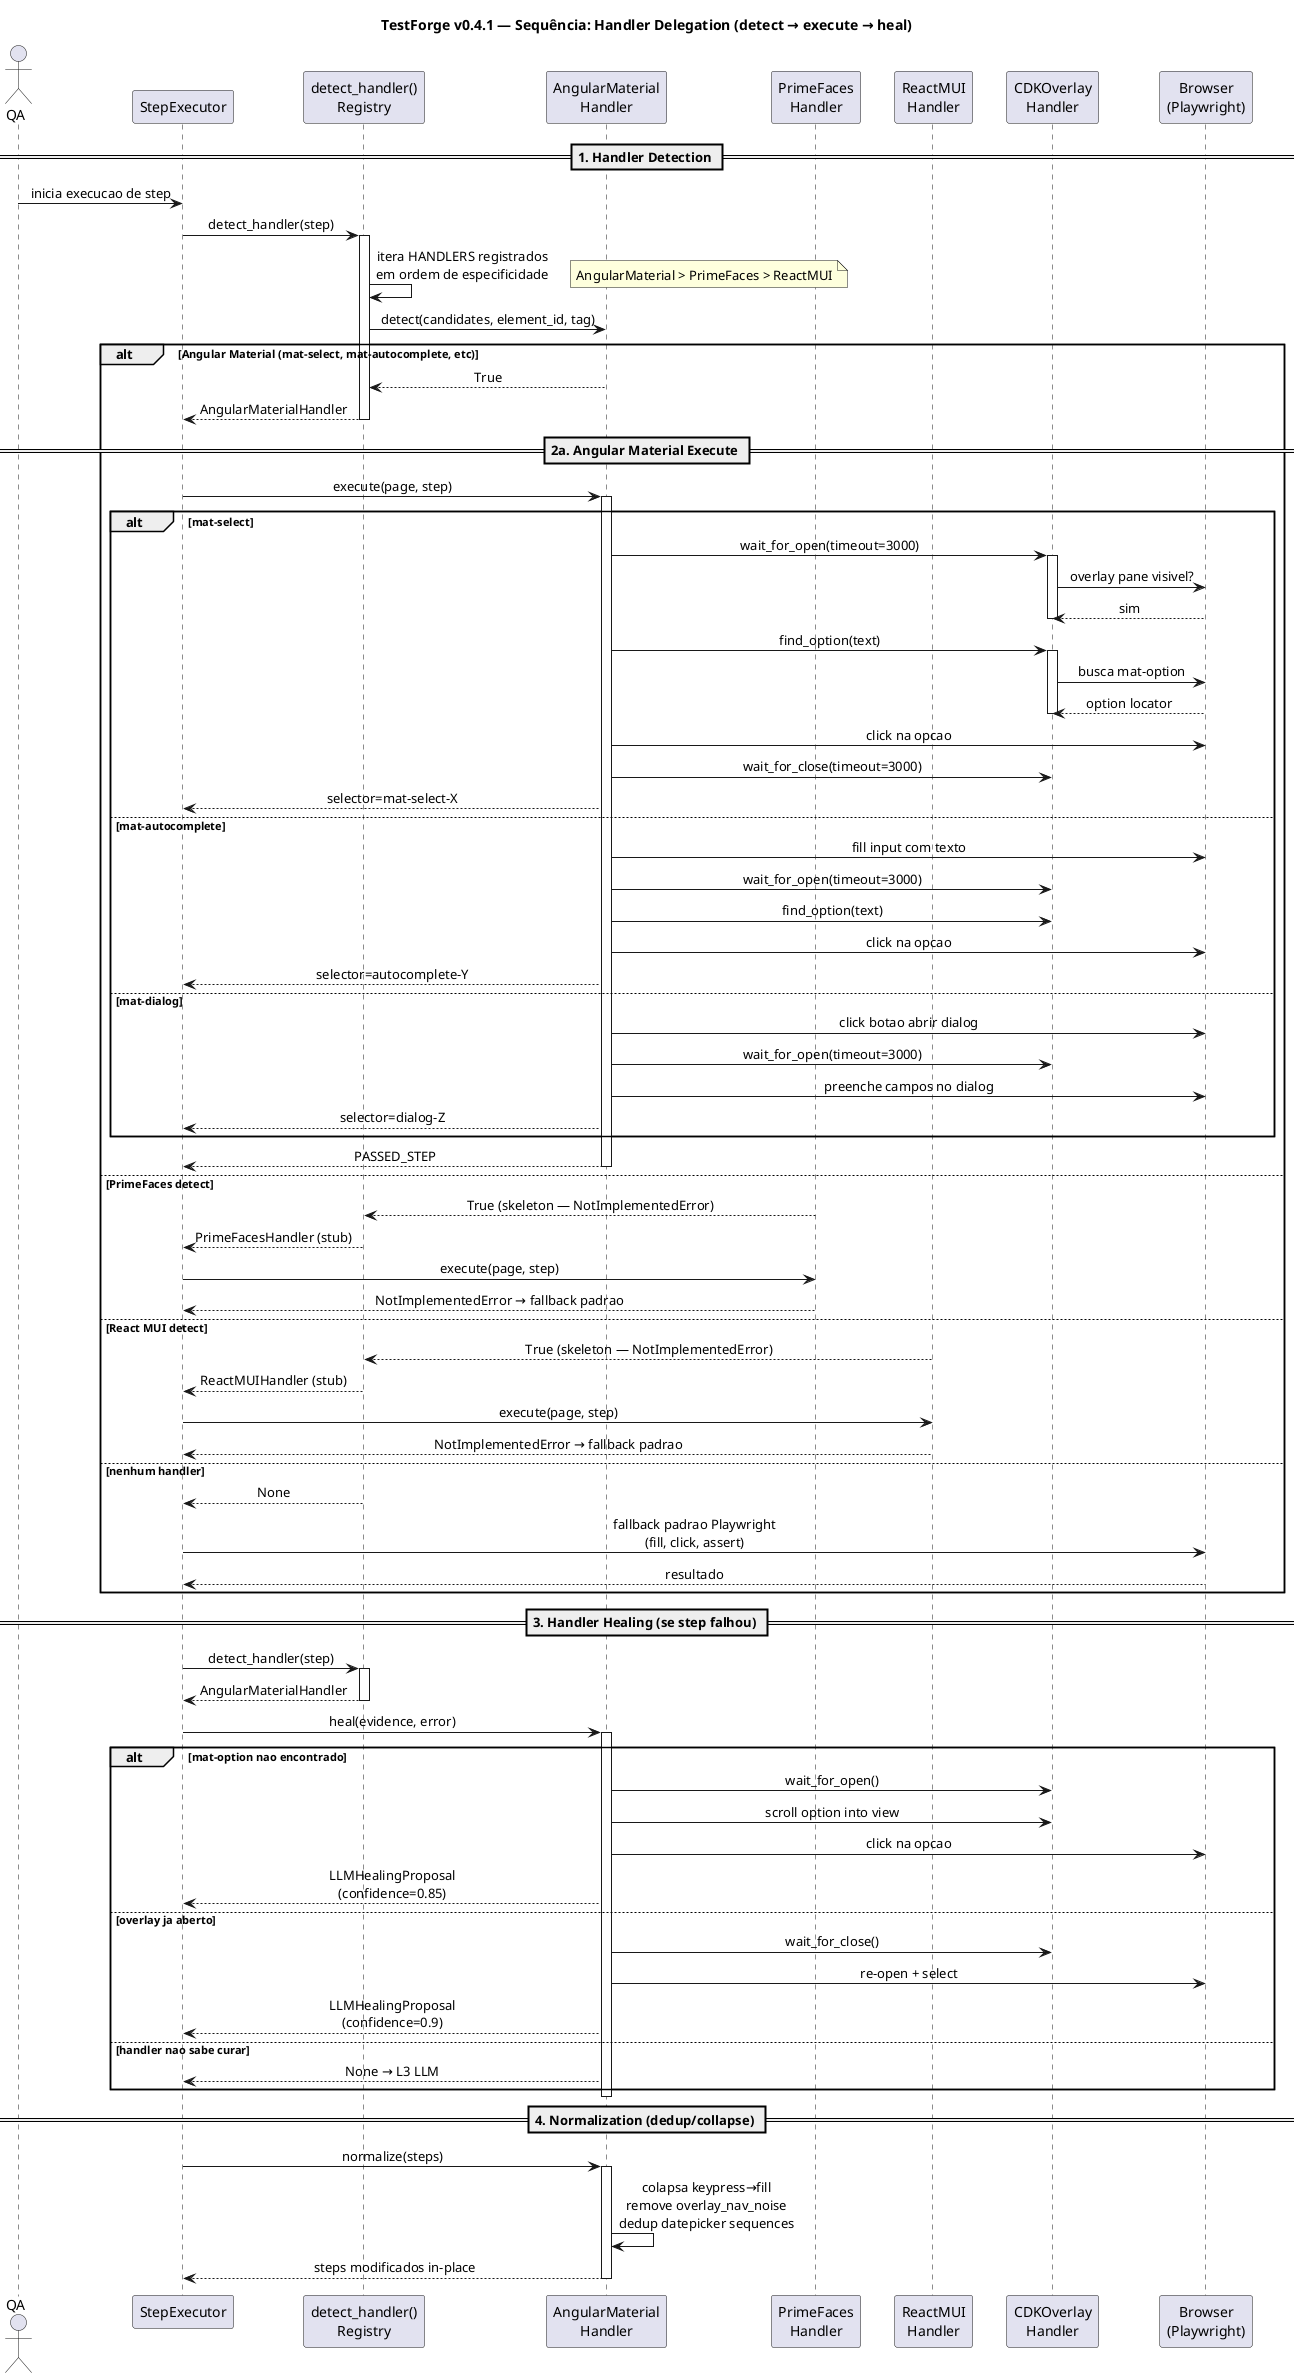
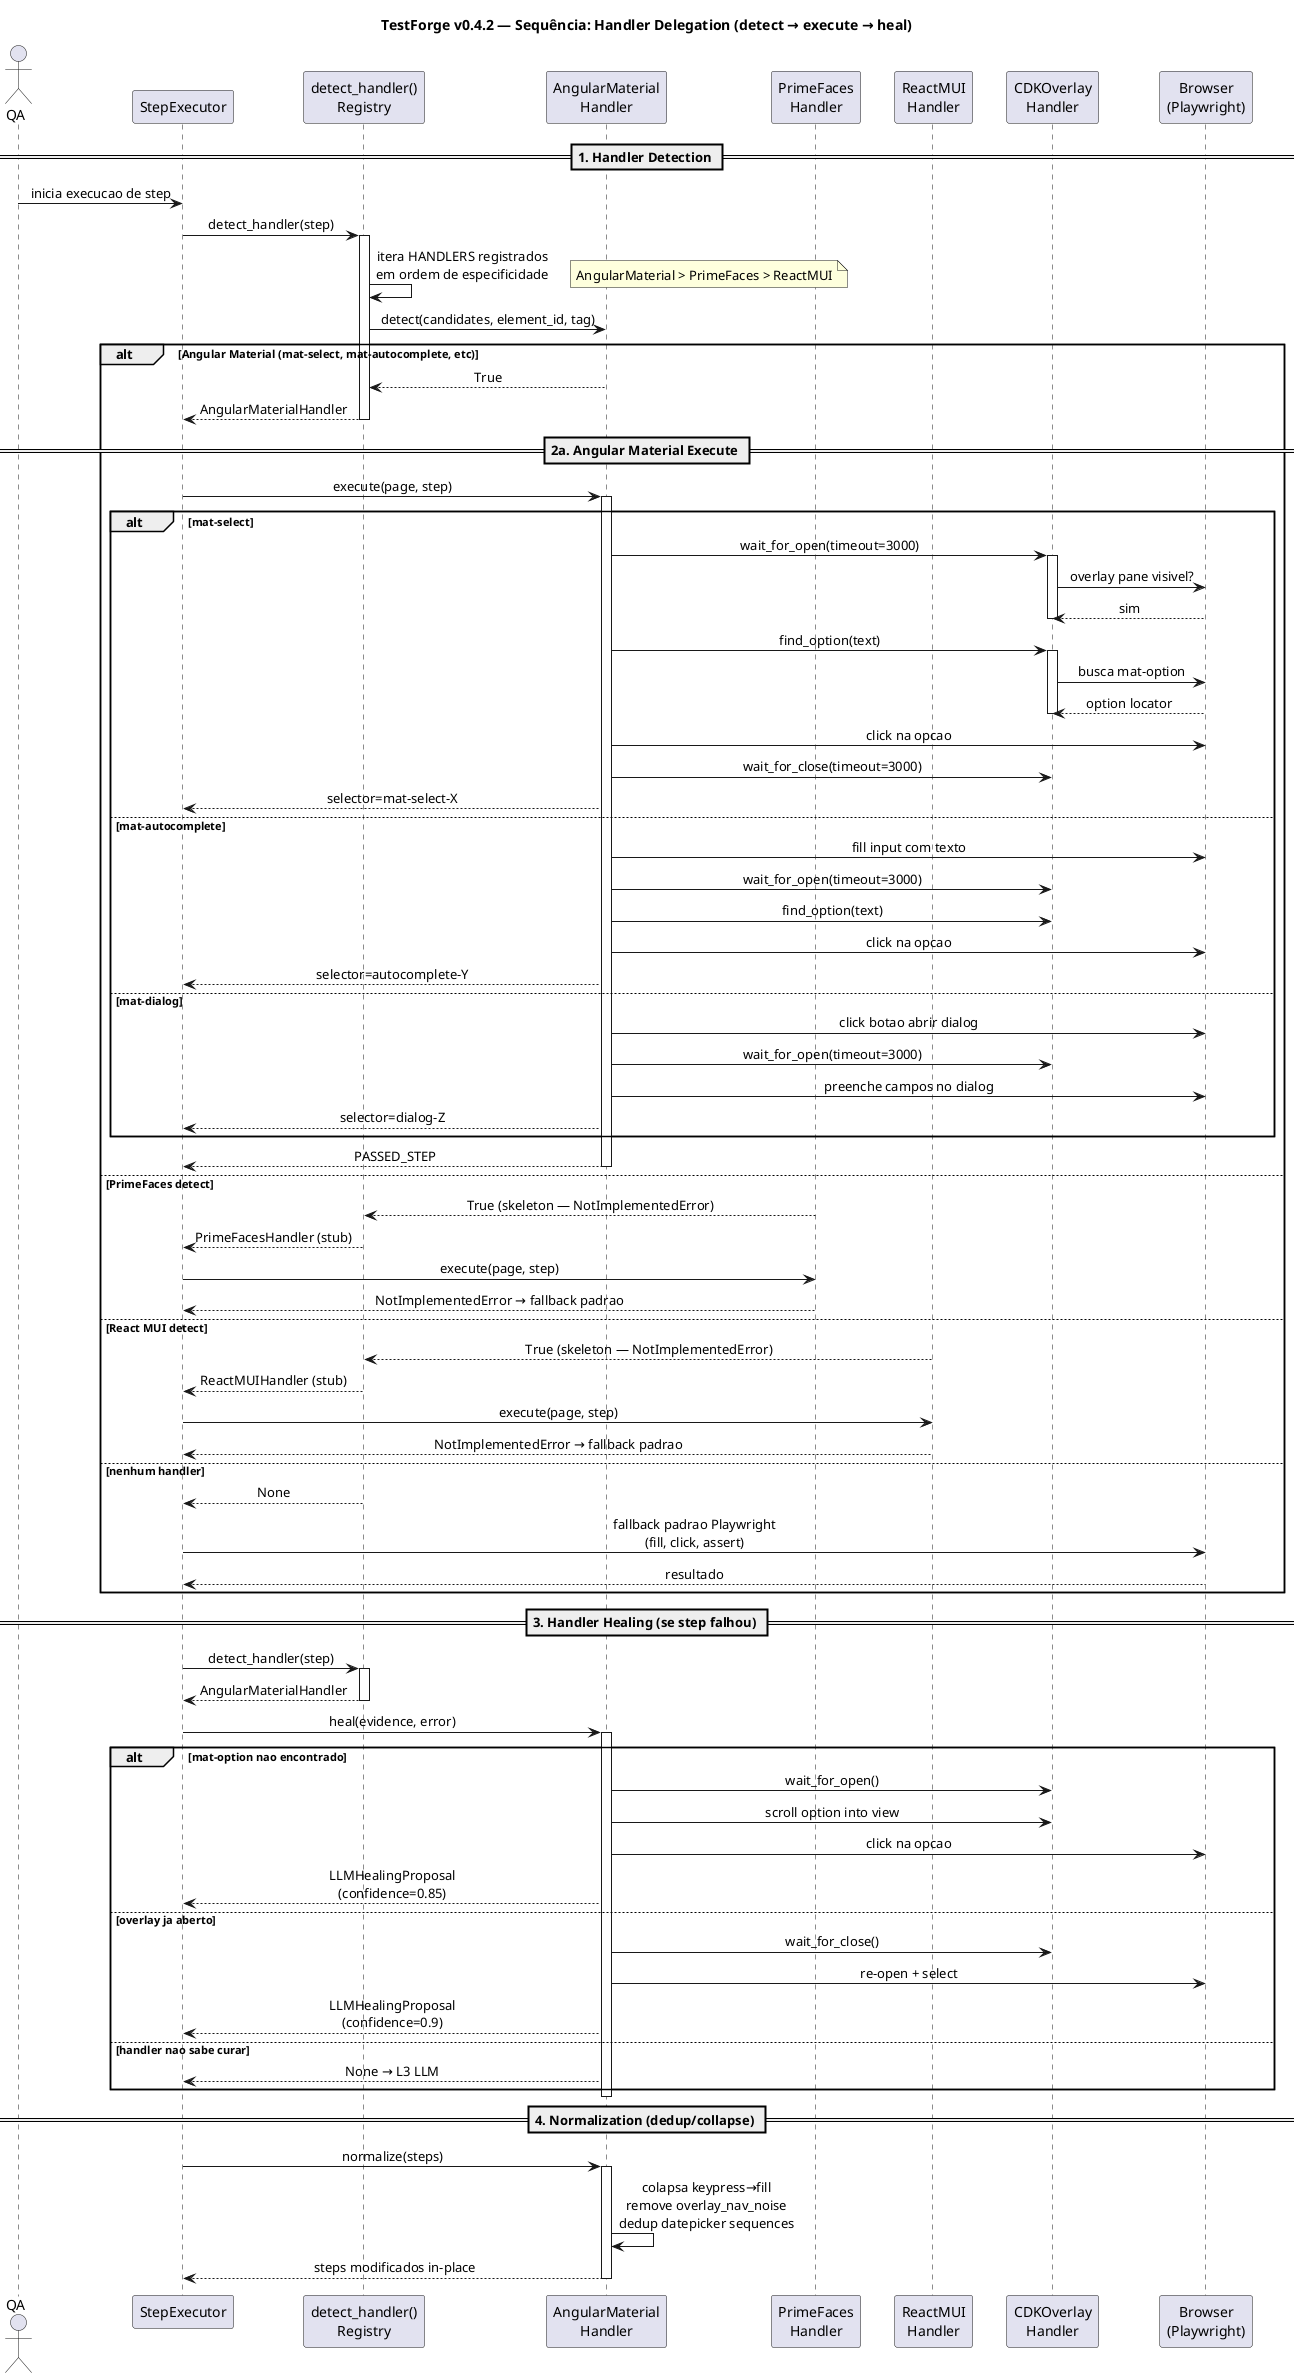
@startuml
- title TestForge v0.4.1 — Sequência: Handler Delegation (detect → execute → heal)
+ title TestForge v0.4.2 — Sequência: Handler Delegation (detect → execute → heal)

skinparam backgroundColor #FFFFFF
skinparam sequenceMessageAlign center
skinparam ParticipantPadding 12
skinparam BoxPadding 8

actor "QA" as QA
participant "StepExecutor" as EXEC
participant "detect_handler()\nRegistry" as DET
participant "AngularMaterial\nHandler" as AMH
participant "PrimeFaces\nHandler" as PFH
participant "ReactMUI\nHandler" as RWH
participant "CDKOverlay\nHandler" as COH
participant "Browser\n(Playwright)" as BRO

== 1. Handler Detection ==

QA -> EXEC: inicia execucao de step
EXEC -> DET: detect_handler(step)
activate DET
DET -> DET: itera HANDLERS registrados\nem ordem de especificidade
note right: AngularMaterial > PrimeFaces > ReactMUI

DET -> AMH: detect(candidates, element_id, tag)
alt Angular Material (mat-select, mat-autocomplete, etc)
  AMH --> DET: True
  DET --> EXEC: AngularMaterialHandler
  deactivate DET

  == 2a. Angular Material Execute ==

  EXEC -> AMH: execute(page, step)
  activate AMH

  alt mat-select
    AMH -> COH: wait_for_open(timeout=3000)
    activate COH
    COH -> BRO: overlay pane visivel?
    BRO --> COH: sim
    deactivate COH
    AMH -> COH: find_option(text)
    activate COH
    COH -> BRO: busca mat-option
    BRO --> COH: option locator
    deactivate COH
    AMH -> BRO: click na opcao
    AMH -> COH: wait_for_close(timeout=3000)
    AMH --> EXEC: selector=mat-select-X
  else mat-autocomplete
    AMH -> BRO: fill input com texto
    AMH -> COH: wait_for_open(timeout=3000)
    AMH -> COH: find_option(text)
    AMH -> BRO: click na opcao
    AMH --> EXEC: selector=autocomplete-Y
  else mat-dialog
    AMH -> BRO: click botao abrir dialog
    AMH -> COH: wait_for_open(timeout=3000)
    AMH -> BRO: preenche campos no dialog
    AMH --> EXEC: selector=dialog-Z
  end

  AMH --> EXEC: PASSED_STEP
  deactivate AMH

else PrimeFaces detect
  PFH --> DET: True (skeleton — NotImplementedError)
  DET --> EXEC: PrimeFacesHandler (stub)
  deactivate DET
  EXEC -> PFH: execute(page, step)
  PFH --> EXEC: NotImplementedError → fallback padrao

else React MUI detect
  RWH --> DET: True (skeleton — NotImplementedError)
  DET --> EXEC: ReactMUIHandler (stub)
  deactivate DET
  EXEC -> RWH: execute(page, step)
  RWH --> EXEC: NotImplementedError → fallback padrao

else nenhum handler
  DET --> EXEC: None
  deactivate DET
  EXEC -> BRO: fallback padrao Playwright\n(fill, click, assert)
  BRO --> EXEC: resultado
end

== 3. Handler Healing (se step falhou) ==

EXEC -> DET: detect_handler(step)
activate DET
DET --> EXEC: AngularMaterialHandler
deactivate DET

EXEC -> AMH: heal(evidence, error)
activate AMH

alt mat-option nao encontrado
  AMH -> COH: wait_for_open()
  AMH -> COH: scroll option into view
  AMH -> BRO: click na opcao
  AMH --> EXEC: LLMHealingProposal\n(confidence=0.85)
else overlay ja aberto
  AMH -> COH: wait_for_close()
  AMH -> BRO: re-open + select
  AMH --> EXEC: LLMHealingProposal\n(confidence=0.9)
else handler nao sabe curar
  AMH --> EXEC: None → L3 LLM
end

deactivate AMH

== 4. Normalization (dedup/collapse) ==

EXEC -> AMH: normalize(steps)
activate AMH
AMH -> AMH: colapsa keypress→fill\nremove overlay_nav_noise\ndedup datepicker sequences
AMH --> EXEC: steps modificados in-place
deactivate AMH

@enduml
